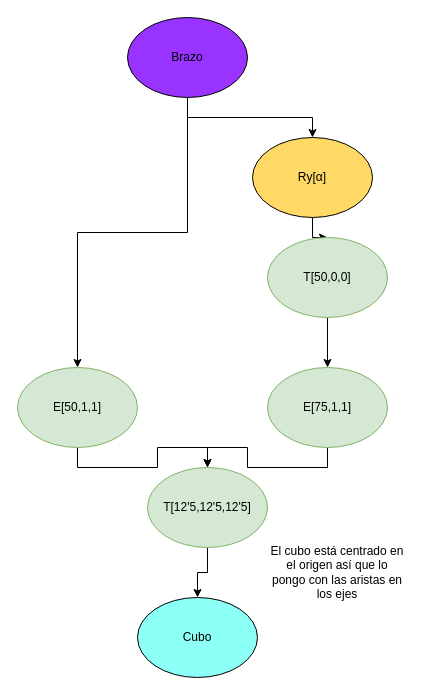
Earlier version of the draw.io diagram docs/Brazo.drawio (Cristinasj/IG). Source tidied: cells renumbered, new cells numbered last; positions are measured from the earlier drawing's top-left corner, leaving out a move shared by most shapes. Both pictures are drawn from the tidied source at 100%, with x=0, y=0 at pixel (17, 17).
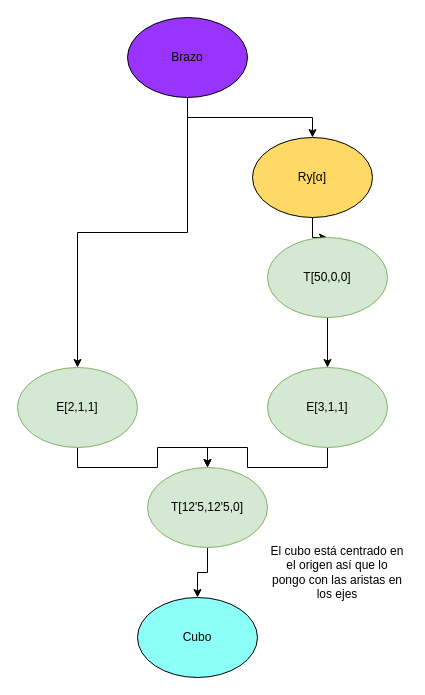
The same diagram, later.

The edit, as a diff of the source:
```diff
@@
 <mxGraphModel>
   <root>
     <mxCell id="0" />
     <mxCell id="1" parent="0" />
     <mxCell id="2" style="edgeStyle=orthogonalEdgeStyle;rounded=0;jettySize=auto;html=1;exitX=0.5;exitY=1;exitDx=0;exitDy=0;" parent="1" edge="1" source="4" target="11">
       <mxGeometry relative="1" as="geometry" />
     </mxCell>
     <mxCell id="3" style="edgeStyle=orthogonalEdgeStyle;rounded=0;jettySize=auto;html=1;exitX=0.5;exitY=1;exitDx=0;exitDy=0;" parent="1" edge="1" source="4" target="7">
       <mxGeometry relative="1" as="geometry" />
     </mxCell>
     <mxCell id="4" value="Brazo" style="ellipse;whiteSpace=wrap;html=1;fillColor=#9933FF;" parent="1" vertex="1">
       <mxGeometry x="110" width="120" height="80" as="geometry" />
     </mxCell>
     <mxCell id="5" value="Cubo" style="ellipse;whiteSpace=wrap;html=1;fillColor=#8CFFF7;" parent="1" vertex="1">
       <mxGeometry x="120" y="580" width="120" height="80" as="geometry" />
     </mxCell>
     <mxCell id="6" style="edgeStyle=orthogonalEdgeStyle;rounded=0;jettySize=auto;html=1;exitX=0.5;exitY=1;exitDx=0;exitDy=0;" parent="1" edge="1" source="7" target="15">
       <mxGeometry relative="1" as="geometry" />
     </mxCell>
-    <mxCell id="7" value="E[50,1,1]" style="ellipse;whiteSpace=wrap;html=1;fillColor=#d5e8d4;strokeColor=#82b366;" parent="1" vertex="1">
+    <mxCell id="7" value="E[2,1,1]" style="ellipse;whiteSpace=wrap;html=1;fillColor=#d5e8d4;strokeColor=#82b366;" parent="1" vertex="1">
       <mxGeometry y="350" width="120" height="80" as="geometry" />
     </mxCell>
     <mxCell id="8" style="edgeStyle=orthogonalEdgeStyle;rounded=0;jettySize=auto;html=1;exitX=0.5;exitY=1;exitDx=0;exitDy=0;" parent="1" edge="1" source="9" target="15">
       <mxGeometry relative="1" as="geometry" />
     </mxCell>
-    <mxCell id="9" value="E[75,1,1]" style="ellipse;whiteSpace=wrap;html=1;fillColor=#d5e8d4;strokeColor=#82b366;" parent="1" vertex="1">
+    <mxCell id="9" value="&lt;div&gt;E[3,1,1]&lt;/div&gt;" style="ellipse;whiteSpace=wrap;html=1;fillColor=#d5e8d4;strokeColor=#82b366;" parent="1" vertex="1">
       <mxGeometry x="250" y="350" width="120" height="80" as="geometry" />
     </mxCell>
     <mxCell id="10" style="edgeStyle=orthogonalEdgeStyle;rounded=0;jettySize=auto;html=1;exitX=0.5;exitY=1;exitDx=0;exitDy=0;" parent="1" edge="1" source="11" target="13">
       <mxGeometry relative="1" as="geometry" />
     </mxCell>
     <mxCell id="11" value="Ry[&lt;span title=&quot;Greek-language text&quot;&gt;&lt;span lang=&quot;el&quot;&gt;α]&lt;/span&gt;&lt;/span&gt;" style="ellipse;whiteSpace=wrap;html=1;fillColor=#FFD966;" parent="1" vertex="1">
       <mxGeometry x="235" y="120" width="120" height="80" as="geometry" />
     </mxCell>
     <mxCell id="12" style="edgeStyle=orthogonalEdgeStyle;rounded=0;jettySize=auto;html=1;exitX=0.5;exitY=1;exitDx=0;exitDy=0;" parent="1" edge="1" source="13" target="9">
       <mxGeometry relative="1" as="geometry" />
     </mxCell>
     <mxCell id="13" value="T[50,0,0]" style="ellipse;whiteSpace=wrap;html=1;fillColor=#d5e8d4;strokeColor=#82b366;" parent="1" vertex="1">
       <mxGeometry x="250" y="220" width="120" height="80" as="geometry" />
     </mxCell>
     <mxCell id="14" style="edgeStyle=orthogonalEdgeStyle;rounded=0;jettySize=auto;html=1;exitX=0.5;exitY=1;exitDx=0;exitDy=0;" parent="1" edge="1" source="15" target="5">
       <mxGeometry relative="1" as="geometry" />
     </mxCell>
-    <mxCell id="15" value="T[12'5,12'5,12'5]" style="ellipse;whiteSpace=wrap;html=1;fillColor=#d5e8d4;strokeColor=#82b366;" parent="1" vertex="1">
+    <mxCell id="15" value="T[12'5,12'5,0]" style="ellipse;whiteSpace=wrap;html=1;fillColor=#d5e8d4;strokeColor=#82b366;" parent="1" vertex="1">
       <mxGeometry x="130" y="450" width="120" height="80" as="geometry" />
     </mxCell>
     <mxCell id="16" value="El cubo está centrado en el origen así que lo pongo con las aristas en los ejes" style="text;html=1;strokeColor=none;fillColor=none;align=center;verticalAlign=middle;whiteSpace=wrap;rounded=0;" parent="1" vertex="1">
       <mxGeometry x="250" y="510" width="140" height="90" as="geometry" />
     </mxCell>
   </root>
 </mxGraphModel>
```
